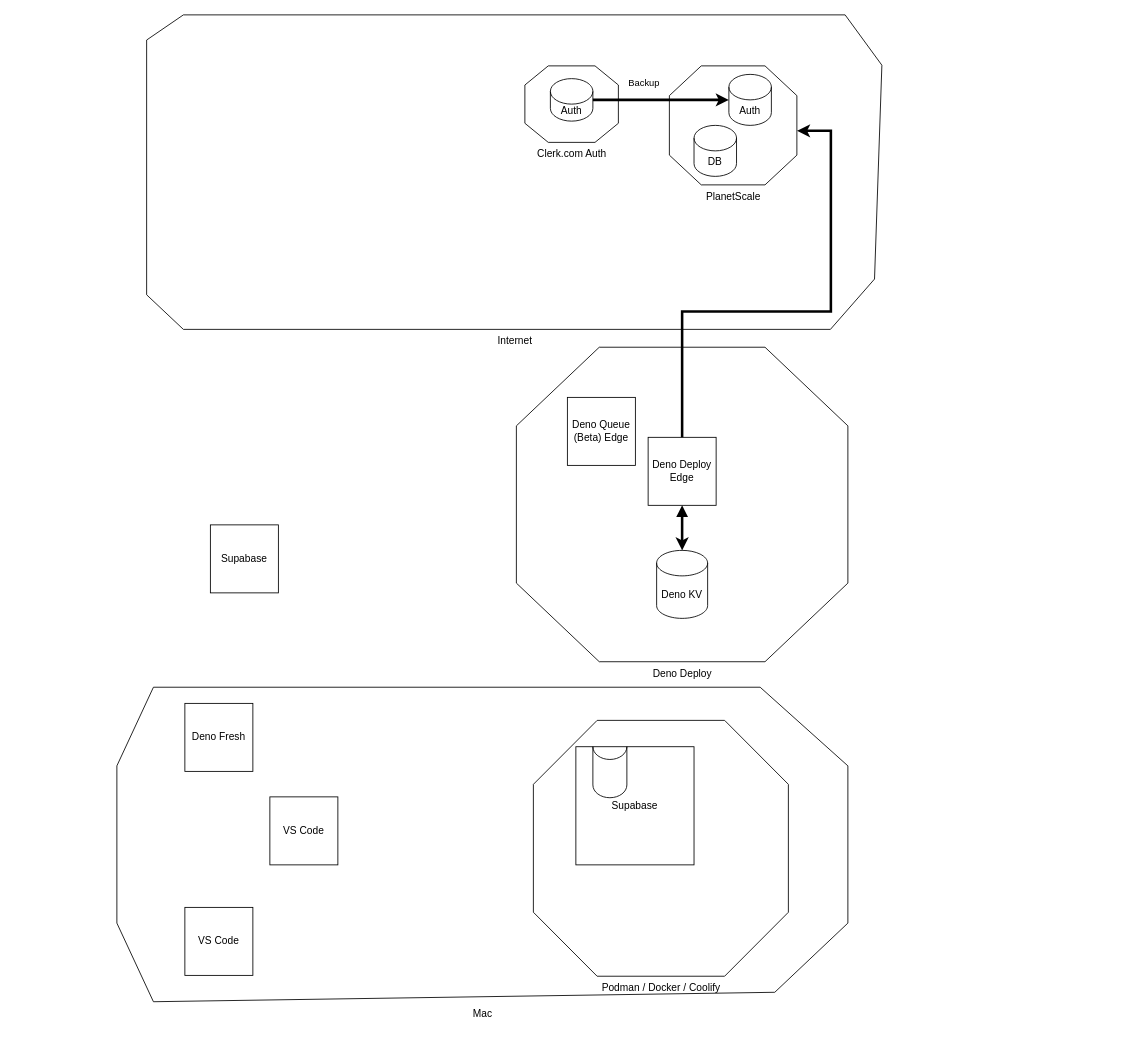
Above: MyCloudDev.drawio in ezrover/macbook-dev-setup (draw.io), before the change. Source tidied: cells renumbered, new cells numbered last; positions are measured from the earlier drawing's top-left corner, leaving out a move shared by most shapes. Both pictures are drawn from the tidied source at 85%, with x=0, y=0 at pixel (116, 14).
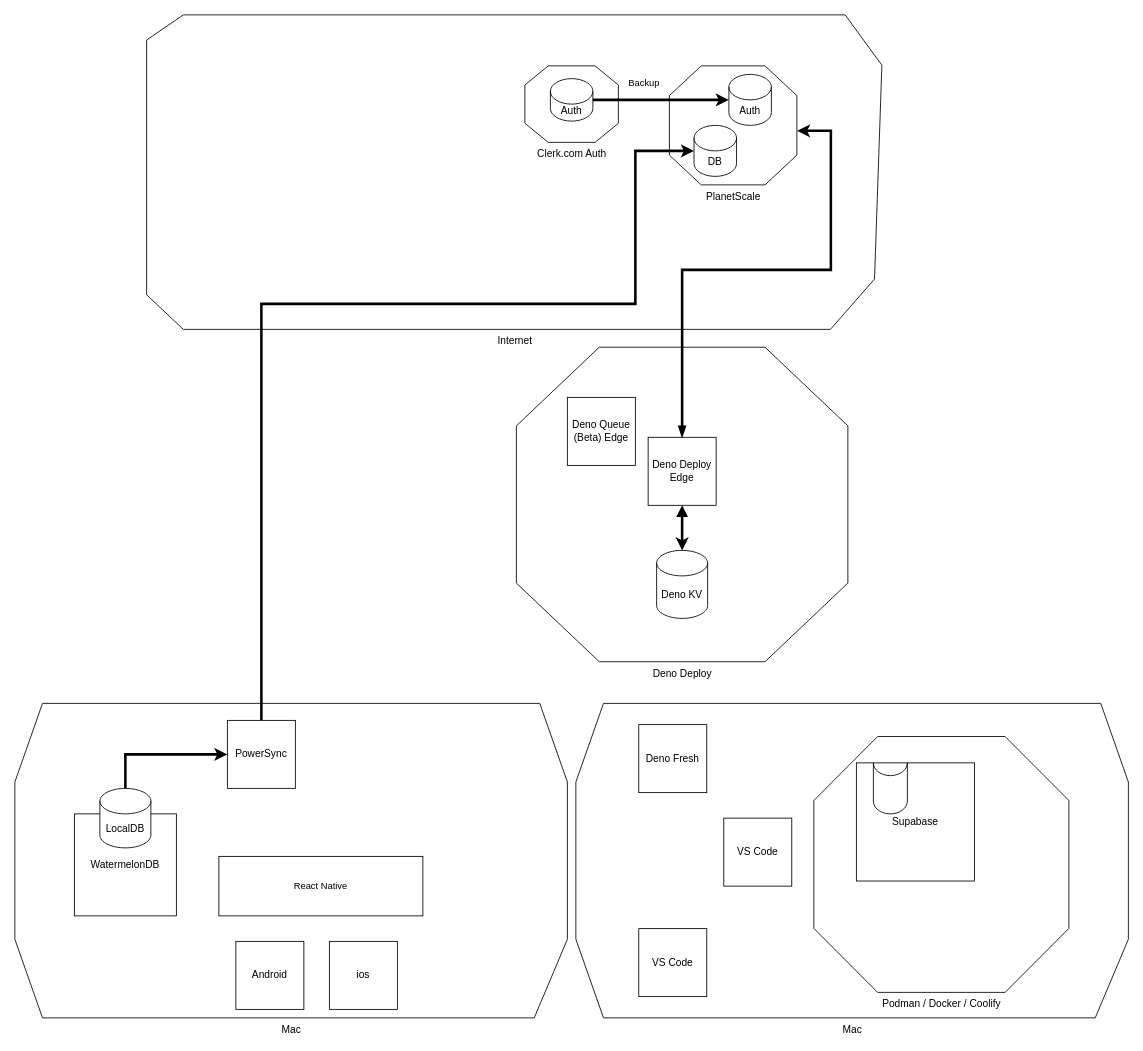
Above is the later version.

Unchanged cells that the change refers to:
```xml
<mxCell id="9" value="PlanetScale" style="verticalLabelPosition=bottom;verticalAlign=top;html=1;shape=mxgraph.basic.polygon;polyCoords=[[0.25,0],[0.75,0],[1,0.25],[1,0.75],[0.75,1],[0.25,1],[0,0.75],[0,0.25]];polyline=0;" parent="1" vertex="1">
  <mxGeometry x="650" y="60" width="150" height="140" as="geometry" />
</mxCell>
<mxCell id="12" value="Deno Deploy Edge" style="whiteSpace=wrap;html=1;" parent="1" vertex="1">
  <mxGeometry x="625" y="497" width="80" height="80" as="geometry" />
</mxCell>
<mxCell id="18" value="DB" style="shape=cylinder3;whiteSpace=wrap;html=1;boundedLbl=1;backgroundOutline=1;size=15;" parent="1" vertex="1">
  <mxGeometry x="679" y="130" width="50" height="60" as="geometry" />
</mxCell>
```

What changed in the source:
```diff
@@
+    <mxCell id="23" value="Mac" style="verticalLabelPosition=bottom;verticalAlign=top;html=1;shape=mxgraph.basic.polygon;polyCoords=[[0.05,0],[0.95,0],[1,0.25],[1,0.75],[0.94,1],[0.05,1],[0,0.75],[0,0.25]];polyline=0;" parent="1" vertex="1">
+      <mxGeometry x="-120" y="810" width="650" height="370" as="geometry" />
+    </mxCell>
@@
-    <mxCell id="3" value="Mac" style="verticalLabelPosition=bottom;verticalAlign=top;html=1;shape=mxgraph.basic.polygon;polyCoords=[[0.05,0],[0.88,0],[1,0.25],[1,0.75],[0.9,0.97],[0.05,1],[0,0.75],[0,0.25]];polyline=0;" parent="1" vertex="1">
-      <mxGeometry y="791" width="860" height="370" as="geometry" />
+    <mxCell id="3" value="Mac" style="verticalLabelPosition=bottom;verticalAlign=top;html=1;shape=mxgraph.basic.polygon;polyCoords=[[0.05,0],[0.95,0],[1,0.25],[1,0.75],[0.94,1],[0.05,1],[0,0.75],[0,0.25]];polyline=0;" parent="1" vertex="1">
+      <mxGeometry x="540" y="810" width="650" height="370" as="geometry" />
     </mxCell>
     <mxCell id="4" value="Podman / Docker / Coolify" style="verticalLabelPosition=bottom;verticalAlign=top;html=1;shape=mxgraph.basic.polygon;polyCoords=[[0.25,0],[0.75,0],[1,0.25],[1,0.75],[0.75,1],[0.25,1],[0,0.75],[0,0.25]];polyline=0;" parent="1" vertex="1">
-      <mxGeometry x="490" y="830" width="300" height="301" as="geometry" />
+      <mxGeometry x="820" y="849" width="300" height="301" as="geometry" />
     </mxCell>
-    <mxCell id="5" value="Supabase" style="whiteSpace=wrap;html=1;" parent="1" vertex="1">
-      <mxGeometry x="110" y="600" width="80" height="80" as="geometry" />
-    </mxCell>
     <mxCell id="6" value="Supabase" style="whiteSpace=wrap;html=1;" parent="1" vertex="1">
-      <mxGeometry x="540" y="861" width="139" height="139" as="geometry" />
+      <mxGeometry x="870" y="880" width="139" height="139" as="geometry" />
     </mxCell>
     <mxCell id="7" style="shape=cylinder3;whiteSpace=wrap;html=1;boundedLbl=1;backgroundOutline=1;size=15;lid=0;" parent="1" vertex="1">
-      <mxGeometry x="560" y="861" width="40" height="60" as="geometry" />
+      <mxGeometry x="890" y="880" width="40" height="60" as="geometry" />
     </mxCell>
@@
     <mxCell id="13" value="Deno Fresh" style="whiteSpace=wrap;html=1;" parent="1" vertex="1">
-      <mxGeometry x="80" y="810" width="80" height="80" as="geometry" />
+      <mxGeometry x="614" y="835" width="80" height="80" as="geometry" />
     </mxCell>
@@
     <mxCell id="15" value="VS Code" style="whiteSpace=wrap;html=1;" parent="1" vertex="1">
-      <mxGeometry x="80" y="1050" width="80" height="80" as="geometry" />
+      <mxGeometry x="614" y="1075" width="80" height="80" as="geometry" />
     </mxCell>
     <mxCell id="16" value="VS Code" style="whiteSpace=wrap;html=1;" parent="1" vertex="1">
-      <mxGeometry x="180" y="920" width="80" height="80" as="geometry" />
+      <mxGeometry x="714" y="945" width="80" height="80" as="geometry" />
     </mxCell>
@@
-    <mxCell id="19" style="edgeStyle=orthogonalEdgeStyle;rounded=0;jettySize=auto;html=1;exitX=0.5;exitY=0;exitDx=0;exitDy=0;entryX=1.001;entryY=0.546;entryDx=0;entryDy=0;entryPerimeter=0;strokeColor=default;strokeWidth=3;align=center;verticalAlign=middle;fontFamily=Helvetica;fontSize=11;fontColor=default;labelBackgroundColor=default;endArrow=classic;" parent="1" edge="1" source="12" target="9">
+    <mxCell id="19" style="edgeStyle=orthogonalEdgeStyle;rounded=0;jettySize=auto;html=1;exitX=0.5;exitY=0;exitDx=0;exitDy=0;entryX=1.001;entryY=0.546;entryDx=0;entryDy=0;entryPerimeter=0;strokeColor=default;strokeWidth=3;align=center;verticalAlign=middle;fontFamily=Helvetica;fontSize=11;fontColor=default;labelBackgroundColor=default;endArrow=classic;startArrow=blockThin;startFill=1;" parent="1" edge="1" source="12" target="9">
       <mxGeometry relative="1" as="geometry">
         <Array as="points">
-          <mxPoint x="665" y="349" />
-          <mxPoint x="840" y="349" />
+          <mxPoint x="665" y="300" />
+          <mxPoint x="840" y="300" />
           <mxPoint x="840" y="136" />
         </Array>
       </mxGeometry>
     </mxCell>
@@
+    <mxCell id="24" value="WatermelonDB" style="whiteSpace=wrap;html=1;" parent="1" vertex="1">
+      <mxGeometry x="-50" y="940" width="120" height="120" as="geometry" />
+    </mxCell>
+    <mxCell id="25" value="ios" style="whiteSpace=wrap;html=1;" parent="1" vertex="1">
+      <mxGeometry x="250" y="1090" width="80" height="80" as="geometry" />
+    </mxCell>
+    <mxCell id="26" value="Android" style="whiteSpace=wrap;html=1;" parent="1" vertex="1">
+      <mxGeometry x="140" y="1090" width="80" height="80" as="geometry" />
+    </mxCell>
+    <mxCell id="27" style="edgeStyle=orthogonalEdgeStyle;rounded=0;jettySize=auto;html=1;strokeColor=default;strokeWidth=3;align=center;verticalAlign=middle;fontFamily=Helvetica;fontSize=11;fontColor=default;labelBackgroundColor=default;endArrow=classic;exitX=0.5;exitY=0;exitDx=0;exitDy=0;exitPerimeter=0;" parent="1" edge="1" source="28" target="5">
+      <mxGeometry relative="1" as="geometry" />
+    </mxCell>
+    <mxCell id="28" value="LocalDB" style="shape=cylinder3;whiteSpace=wrap;html=1;boundedLbl=1;backgroundOutline=1;size=15;" parent="1" vertex="1">
+      <mxGeometry x="-20" y="910" width="60" height="70" as="geometry" />
+    </mxCell>
+    <mxCell id="29" style="edgeStyle=orthogonalEdgeStyle;rounded=0;jettySize=auto;html=1;exitX=0.5;exitY=0;exitDx=0;exitDy=0;strokeColor=default;strokeWidth=3;align=center;verticalAlign=middle;fontFamily=Helvetica;fontSize=11;fontColor=default;labelBackgroundColor=default;endArrow=classic;entryX=0;entryY=0.5;entryDx=0;entryDy=0;entryPerimeter=0;" parent="1" edge="1" source="5" target="18">
+      <mxGeometry relative="1" as="geometry">
+        <Array as="points">
+          <mxPoint x="170" y="340" />
+          <mxPoint x="610" y="340" />
+          <mxPoint x="610" y="160" />
+        </Array>
+      </mxGeometry>
+    </mxCell>
+    <mxCell id="5" value="PowerSync" style="whiteSpace=wrap;html=1;" parent="1" vertex="1">
+      <mxGeometry x="130" y="830" width="80" height="80" as="geometry" />
+    </mxCell>
+    <mxCell id="30" value="React Native" style="rounded=0;whiteSpace=wrap;html=1;fontFamily=Helvetica;fontSize=11;fontColor=default;labelBackgroundColor=default;" parent="1" vertex="1">
+      <mxGeometry x="120" y="990" width="240" height="70" as="geometry" />
+    </mxCell>
```
